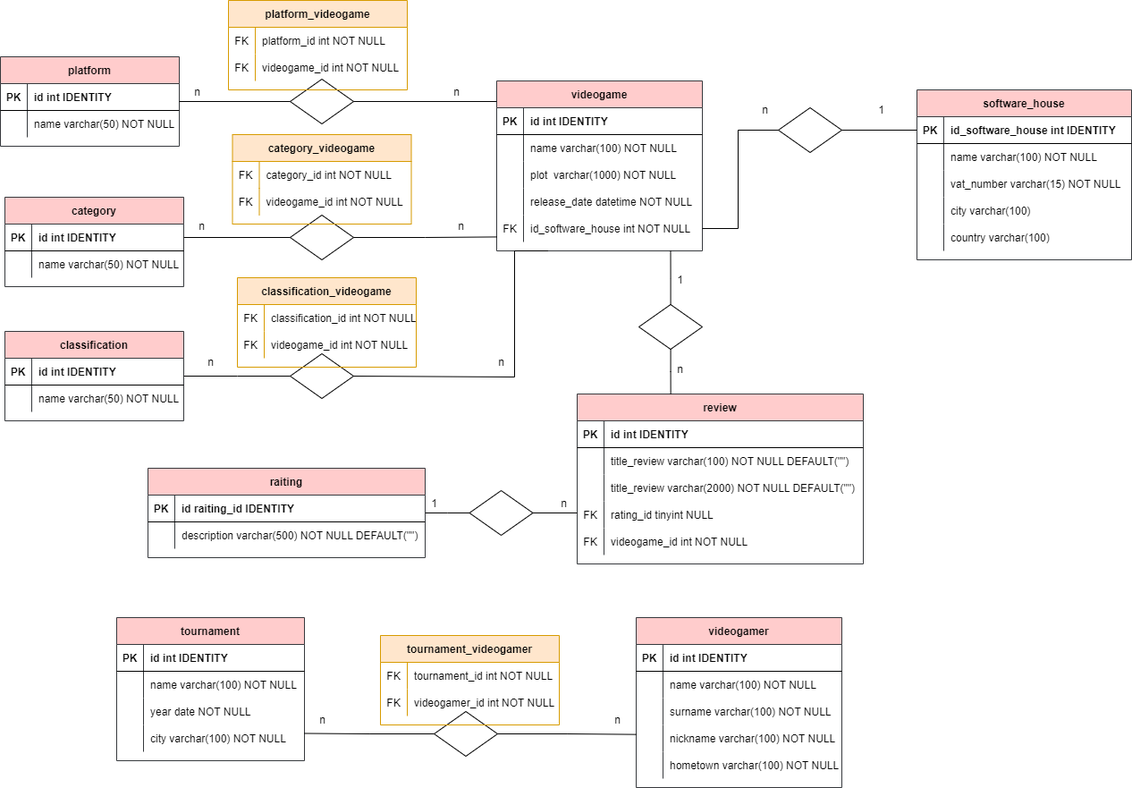
This is modellazione_schema_ER_videogames.png from giovannitamburini/db-videogames, a draw.io export, as it was before one commit. Source tidied: cells renumbered, new cells last; positions are measured from the earlier drawing's top-left corner, leaving out a move shared by most shapes.
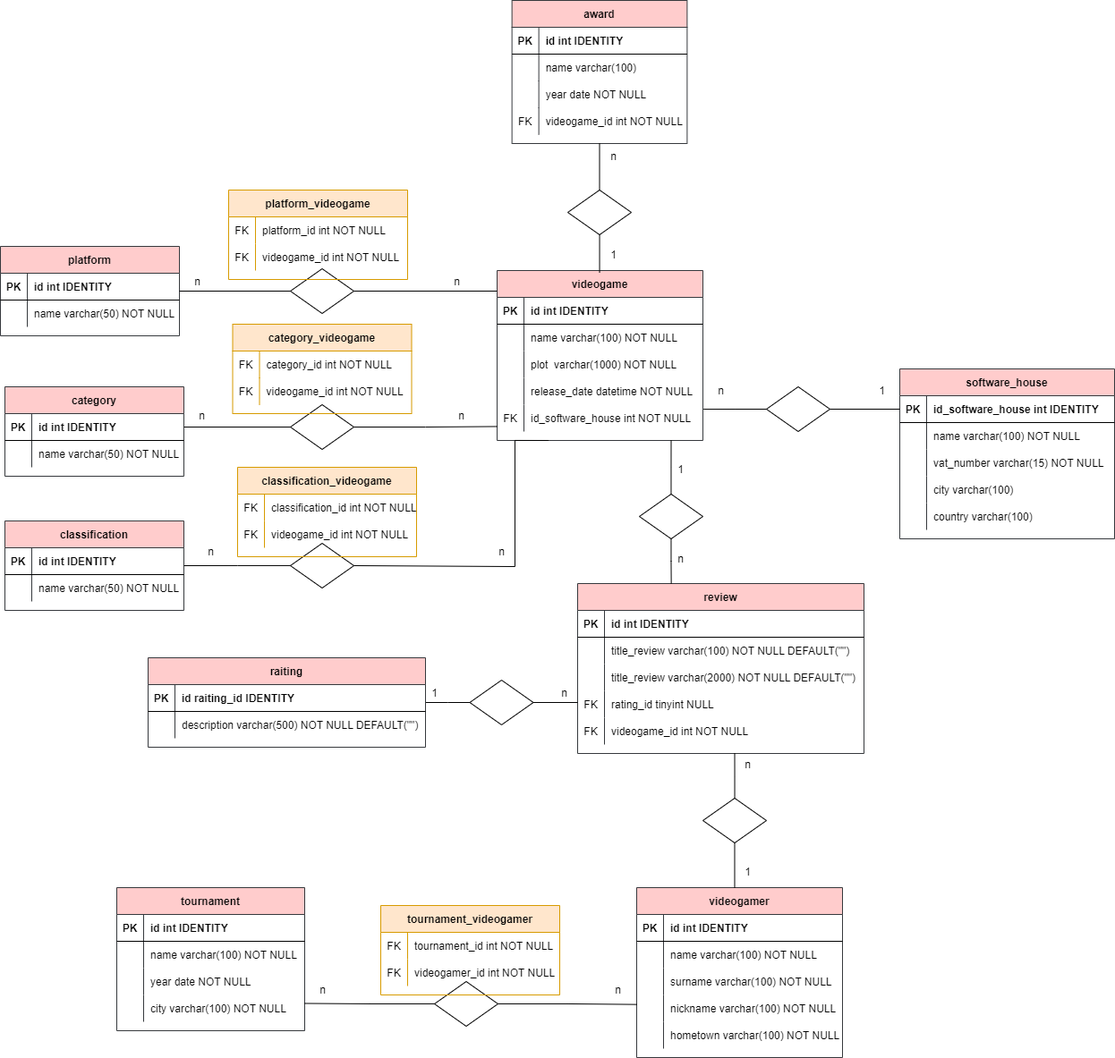
After the commit.

Commit message:
completed exercise

Change to the diagram source:
```diff
@@ -3,7 +3,7 @@
     <mxCell id="0" />
     <mxCell id="1" parent="0" />
     <mxCell id="2" value="software_house" style="shape=table;startSize=30;rowLines=0;fontStyle=1;align=center;fillColor=#ffcccc;strokeColor=#36393d;" parent="1" vertex="1">
-      <mxGeometry x="1025" y="100" width="240" height="190" as="geometry" />
+      <mxGeometry x="1005" y="200" width="240" height="190" as="geometry" />
     </mxCell>
     <mxCell id="3" style="shape=partialRectangle;fillColor=none;points=[[0,0.5],[1,0.5]];portConstraint=eastwest;top=0;left=0;right=0;bottom=1;" parent="2" vertex="1">
       <mxGeometry y="30" width="240" height="30" as="geometry" />
@@ -161,24 +161,20 @@
     <mxCell id="54" value="name varchar(50) NOT NULL" style="shape=partialRectangle;overflow=hidden;fillColor=none;top=0;left=0;bottom=0;right=0;align=left;spacingLeft=6;" parent="52" vertex="1">
       <mxGeometry x="30" width="170" height="30" as="geometry" />
     </mxCell>
+    <mxCell id="56" style="edgeStyle=orthogonalEdgeStyle;rounded=0;jettySize=auto;html=1;entryX=0;entryY=0.5;entryDx=0;entryDy=0;endArrow=none;endFill=0;" parent="1" edge="1" source="57" target="3">
+      <mxGeometry relative="1" as="geometry" />
+    </mxCell>
-    <mxCell id="55" style="edgeStyle=orthogonalEdgeStyle;rounded=0;jettySize=auto;html=1;entryX=1;entryY=0.5;entryDx=0;entryDy=0;endArrow=none;endFill=0;" parent="1" edge="1" source="57" target="38">
-      <mxGeometry relative="1" as="geometry">
-        <Array as="points">
-          <mxPoint x="825" y="145" />
-        </Array>
-      </mxGeometry>
+    <mxCell id="55" style="edgeStyle=orthogonalEdgeStyle;rounded=0;jettySize=auto;html=1;entryX=1.003;entryY=0.169;entryDx=0;entryDy=0;entryPerimeter=0;endArrow=none;endFill=0;" parent="1" edge="1" source="57" target="38">
+      <mxGeometry relative="1" as="geometry" />
     </mxCell>
-    <mxCell id="56" style="edgeStyle=orthogonalEdgeStyle;rounded=0;jettySize=auto;html=1;entryX=0;entryY=0.5;entryDx=0;entryDy=0;endArrow=none;endFill=0;" parent="1" edge="1" source="57" target="3">
-      <mxGeometry relative="1" as="geometry" />
-    </mxCell>
     <mxCell id="57" style="rhombus;whiteSpace=wrap;html=1;fillColor=none;" parent="1" vertex="1">
-      <mxGeometry x="870" y="120" width="71" height="50" as="geometry" />
+      <mxGeometry x="856" y="220" width="71" height="50" as="geometry" />
     </mxCell>
     <mxCell id="58" value="1" style="text;html=1;align=center;verticalAlign=middle;strokeColor=none;fillColor=none;" parent="1" vertex="1">
-      <mxGeometry x="970" y="108" width="30" height="30" as="geometry" />
+      <mxGeometry x="970" y="210" width="30" height="30" as="geometry" />
     </mxCell>
     <mxCell id="59" value="n" style="text;html=1;align=center;verticalAlign=middle;strokeColor=none;fillColor=none;" parent="1" vertex="1">
-      <mxGeometry x="840" y="108" width="30" height="30" as="geometry" />
+      <mxGeometry x="790" y="210" width="30" height="30" as="geometry" />
     </mxCell>
     <mxCell id="60" style="edgeStyle=orthogonalEdgeStyle;rounded=0;jettySize=auto;html=1;endArrow=none;endFill=0;" parent="1" edge="1" source="62">
       <mxGeometry relative="1" as="geometry">
@@ -297,7 +293,7 @@
       <mxGeometry x="500" y="238" width="30" height="30" as="geometry" />
     </mxCell>
     <mxCell id="96" value="tournament" style="shape=table;startSize=30;rowLines=0;fontStyle=1;align=center;fillColor=#ffcccc;strokeColor=#36393d;" parent="1" vertex="1">
-      <mxGeometry x="130" y="690" width="210" height="160" as="geometry" />
+      <mxGeometry x="130" y="780" width="210" height="160" as="geometry" />
     </mxCell>
     <mxCell id="97" style="shape=partialRectangle;fillColor=none;top=0;left=0;right=0;bottom=1;" parent="96" vertex="1">
       <mxGeometry y="30" width="210" height="30" as="geometry" />
@@ -336,7 +332,7 @@
       <mxGeometry x="30" width="180" height="30" as="geometry" />
     </mxCell>
     <mxCell id="109" value="videogamer" style="shape=table;startSize=30;rowLines=0;fontStyle=1;align=center;fillColor=#ffcccc;strokeColor=#36393d;" parent="1" vertex="1">
-      <mxGeometry x="711" y="690" width="230" height="190" as="geometry" />
+      <mxGeometry x="711" y="780" width="230" height="190" as="geometry" />
     </mxCell>
     <mxCell id="110" style="shape=partialRectangle;fillColor=none;top=0;left=0;right=0;bottom=1;" parent="109" vertex="1">
       <mxGeometry y="30" width="230" height="30" as="geometry" />
@@ -390,10 +386,10 @@
       <mxGeometry relative="1" as="geometry" />
     </mxCell>
     <mxCell id="127" style="rhombus;whiteSpace=wrap;html=1;fillColor=none;" parent="1" vertex="1">
-      <mxGeometry x="485" y="795" width="71" height="50" as="geometry" />
+      <mxGeometry x="485" y="885" width="71" height="50" as="geometry" />
     </mxCell>
     <mxCell id="128" value="tournament_videogamer" style="shape=table;startSize=30;rowLines=0;fontStyle=1;align=center;fillColor=#ffe6cc;strokeColor=#d79b00;" parent="1" vertex="1">
-      <mxGeometry x="425" y="710" width="200" height="100" as="geometry" />
+      <mxGeometry x="425" y="800" width="200" height="100" as="geometry" />
     </mxCell>
     <mxCell id="129" style="shape=partialRectangle;fillColor=none;top=0;left=0;right=0;bottom=0;" parent="128" vertex="1">
       <mxGeometry y="30" width="200" height="30" as="geometry" />
@@ -517,10 +513,81 @@
       <mxGeometry x="470" y="548" width="30" height="30" as="geometry" />
     </mxCell>
     <mxCell id="168" value="n" style="text;html=1;align=center;verticalAlign=middle;strokeColor=none;fillColor=none;" parent="1" vertex="1">
-      <mxGeometry x="675" y="790" width="30" height="30" as="geometry" />
+      <mxGeometry x="675" y="880" width="30" height="30" as="geometry" />
     </mxCell>
     <mxCell id="169" value="n" style="text;html=1;align=center;verticalAlign=middle;strokeColor=none;fillColor=none;" parent="1" vertex="1">
-      <mxGeometry x="344.5" y="790" width="30" height="30" as="geometry" />
+      <mxGeometry x="344.5" y="880" width="30" height="30" as="geometry" />
     </mxCell>
+    <mxCell id="170" value="award" style="shape=table;startSize=30;rowLines=0;fontStyle=1;align=center;fillColor=#ffcccc;strokeColor=#36393d;" parent="1" vertex="1">
+      <mxGeometry x="571.6" y="-212" width="195.8" height="160" as="geometry" />
+    </mxCell>
+    <mxCell id="171" style="shape=partialRectangle;fillColor=none;top=0;left=0;right=0;bottom=1;" parent="170" vertex="1">
+      <mxGeometry y="30" width="195.8" height="30" as="geometry" />
+    </mxCell>
+    <mxCell id="172" value="PK" style="shape=partialRectangle;overflow=hidden;fillColor=none;top=0;left=0;bottom=0;right=0;fontStyle=1;" parent="171" vertex="1">
+      <mxGeometry width="30" height="30" as="geometry" />
+    </mxCell>
+    <mxCell id="173" value="id int IDENTITY" style="shape=partialRectangle;overflow=hidden;fillColor=none;top=0;left=0;bottom=0;right=0;align=left;spacingLeft=6;fontStyle=1;" parent="171" vertex="1">
+      <mxGeometry x="30" width="165.8" height="30" as="geometry" />
+    </mxCell>
+    <mxCell id="174" style="shape=partialRectangle;fillColor=none;top=0;left=0;right=0;bottom=0;" parent="170" vertex="1">
+      <mxGeometry y="60" width="195.8" height="30" as="geometry" />
+    </mxCell>
+    <mxCell id="175" style="shape=partialRectangle;overflow=hidden;fillColor=none;top=0;left=0;bottom=0;right=0;" parent="174" vertex="1">
+      <mxGeometry width="30" height="30" as="geometry" />
+    </mxCell>
+    <mxCell id="176" value="name varchar(100)" style="shape=partialRectangle;overflow=hidden;fillColor=none;top=0;left=0;bottom=0;right=0;align=left;spacingLeft=6;" parent="174" vertex="1">
+      <mxGeometry x="30" width="165.8" height="30" as="geometry" />
+    </mxCell>
+    <mxCell id="177" style="shape=partialRectangle;fillColor=none;top=0;left=0;right=0;bottom=0;" parent="170" vertex="1">
+      <mxGeometry y="90" width="195.8" height="30" as="geometry" />
+    </mxCell>
+    <mxCell id="178" style="shape=partialRectangle;overflow=hidden;fillColor=none;top=0;left=0;bottom=0;right=0;" parent="177" vertex="1">
+      <mxGeometry width="30" height="30" as="geometry" />
+    </mxCell>
+    <mxCell id="179" value="year date NOT NULL" style="shape=partialRectangle;overflow=hidden;fillColor=none;top=0;left=0;bottom=0;right=0;align=left;spacingLeft=6;" parent="177" vertex="1">
+      <mxGeometry x="30" width="165.8" height="30" as="geometry" />
+    </mxCell>
+    <mxCell id="180" style="shape=partialRectangle;fillColor=none;top=0;left=0;right=0;bottom=0;" parent="170" vertex="1">
+      <mxGeometry y="120" width="195.8" height="30" as="geometry" />
+    </mxCell>
+    <mxCell id="181" value="FK" style="shape=partialRectangle;overflow=hidden;fillColor=none;top=0;left=0;bottom=0;right=0;" parent="180" vertex="1">
+      <mxGeometry width="30" height="30" as="geometry" />
+    </mxCell>
+    <mxCell id="182" value="videogame_id int NOT NULL" style="shape=partialRectangle;overflow=hidden;fillColor=none;top=0;left=0;bottom=0;right=0;align=left;spacingLeft=6;" parent="180" vertex="1">
+      <mxGeometry x="30" width="165.8" height="30" as="geometry" />
+    </mxCell>
+    <mxCell id="183" style="edgeStyle=orthogonalEdgeStyle;rounded=0;jettySize=auto;html=1;entryX=0.5;entryY=1;entryDx=0;entryDy=0;endArrow=none;endFill=0;" parent="1" edge="1" source="185" target="170">
+      <mxGeometry relative="1" as="geometry" />
+    </mxCell>
+    <mxCell id="184" style="edgeStyle=orthogonalEdgeStyle;rounded=0;jettySize=auto;html=1;entryX=0.498;entryY=0.012;entryDx=0;entryDy=0;entryPerimeter=0;endArrow=none;endFill=0;" parent="1" edge="1" source="185" target="25">
+      <mxGeometry relative="1" as="geometry" />
+    </mxCell>
+    <mxCell id="185" style="rhombus;whiteSpace=wrap;html=1;fillColor=none;" parent="1" vertex="1">
+      <mxGeometry x="634" width="71" height="50" as="geometry" />
+    </mxCell>
+    <mxCell id="186" style="edgeStyle=orthogonalEdgeStyle;rounded=0;jettySize=auto;html=1;endArrow=none;endFill=0;" parent="1" edge="1" source="188">
+      <mxGeometry relative="1" as="geometry">
+        <mxPoint x="820.5" y="630" as="targetPoint" />
+      </mxGeometry>
+    </mxCell>
+    <mxCell id="187" style="edgeStyle=orthogonalEdgeStyle;rounded=0;jettySize=auto;html=1;entryX=0.476;entryY=0;entryDx=0;entryDy=0;entryPerimeter=0;endArrow=none;endFill=0;" parent="1" edge="1" source="188" target="109">
+      <mxGeometry relative="1" as="geometry" />
+    </mxCell>
+    <mxCell id="188" style="rhombus;whiteSpace=wrap;html=1;fillColor=none;" parent="1" vertex="1">
+      <mxGeometry x="785" y="680" width="71" height="50" as="geometry" />
+    </mxCell>
+    <mxCell id="189" value="n" style="text;html=1;align=center;verticalAlign=middle;strokeColor=none;fillColor=none;" parent="1" vertex="1">
+      <mxGeometry x="820" y="628" width="30" height="30" as="geometry" />
+    </mxCell>
+    <mxCell id="190" value="1" style="text;html=1;align=center;verticalAlign=middle;strokeColor=none;fillColor=none;" parent="1" vertex="1">
+      <mxGeometry x="820" y="748" width="30" height="30" as="geometry" />
+    </mxCell>
+    <mxCell id="191" value="1" style="text;html=1;align=center;verticalAlign=middle;strokeColor=none;fillColor=none;" parent="1" vertex="1">
+      <mxGeometry x="670" y="58" width="30" height="30" as="geometry" />
+    </mxCell>
+    <mxCell id="192" value="n" style="text;html=1;align=center;verticalAlign=middle;strokeColor=none;fillColor=none;" parent="1" vertex="1">
+      <mxGeometry x="670" y="-52" width="30" height="30" as="geometry" />
+    </mxCell>
   </root>
 </mxGraphModel>
```
